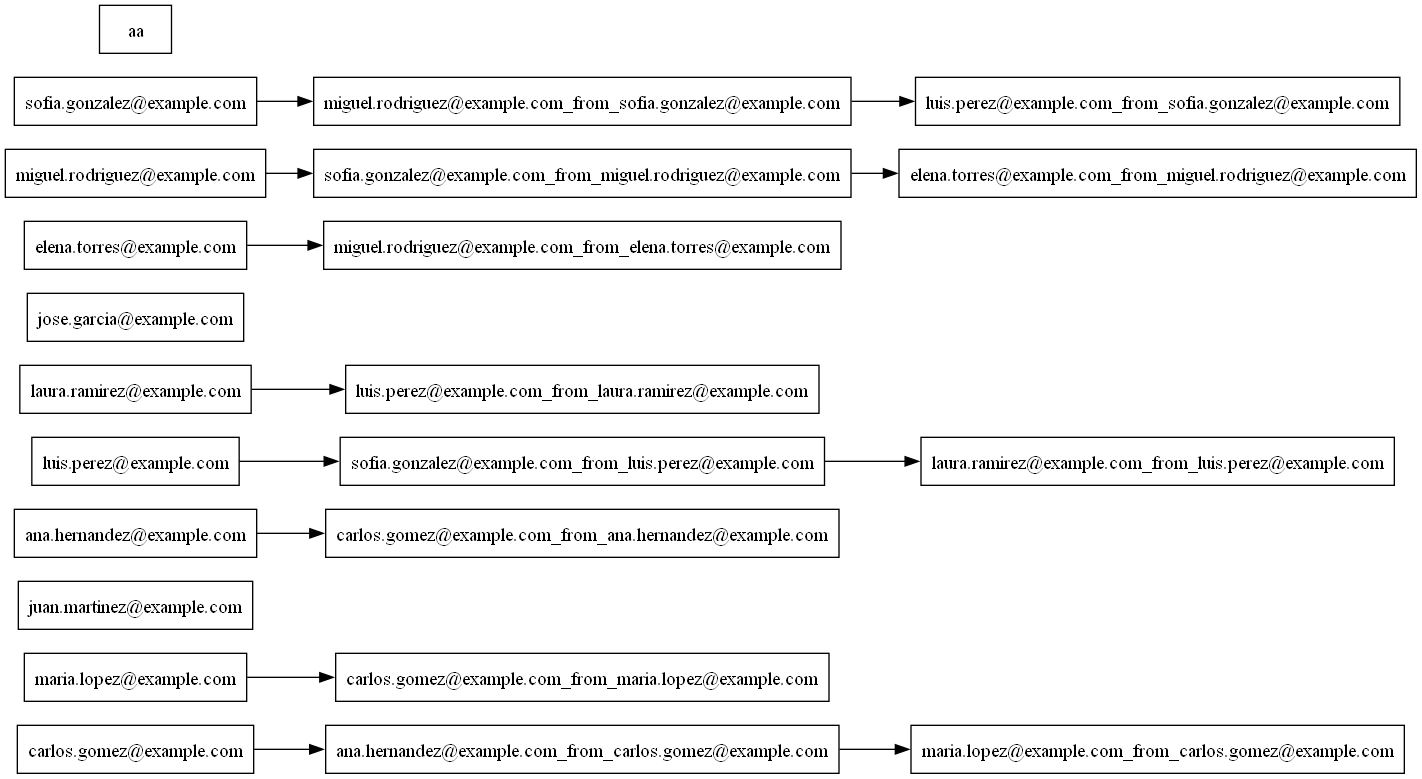
This is pruebas/listaAdyacenteLista.png from matiuuh/-EDD-Proyecto1_202203009, a Graphviz export, as it was before one commit. Its source is kept beside it as pruebas/listaAdyacenteLista.dot.
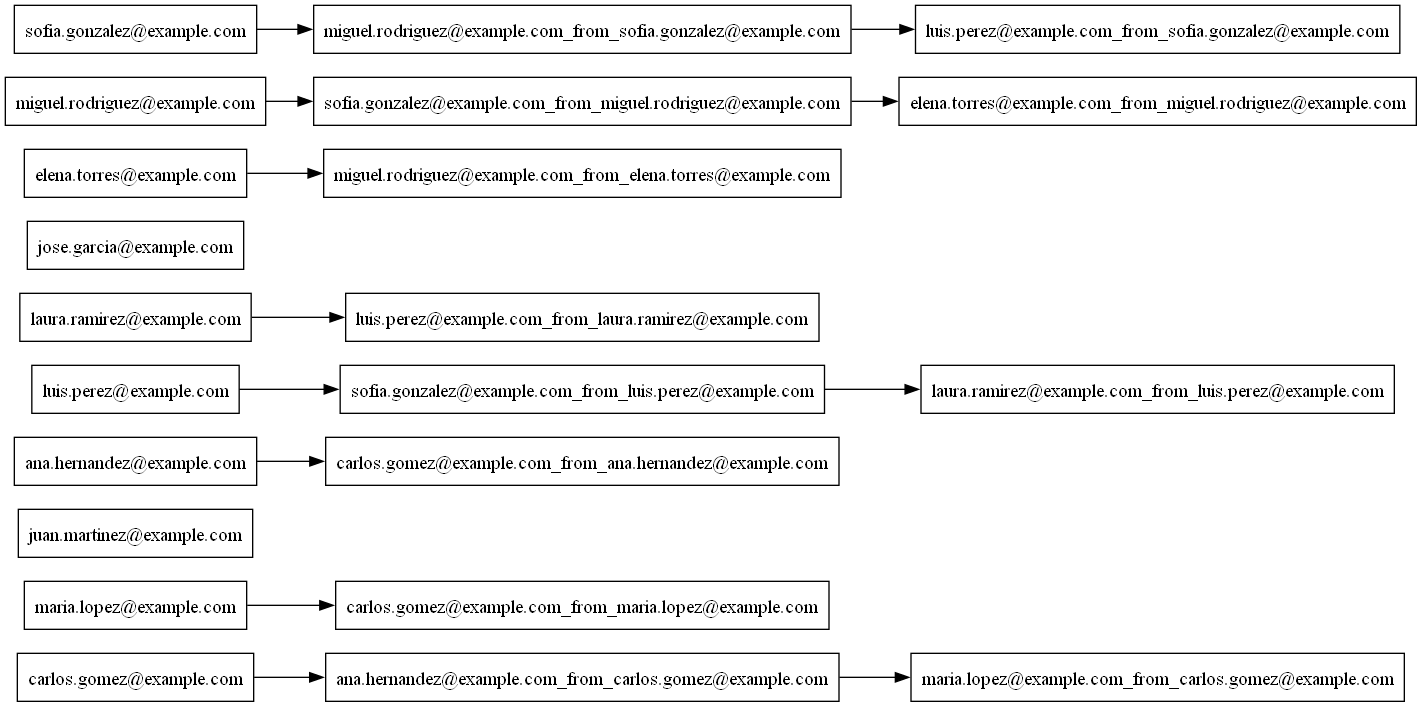
After the change.

Diff of the diagram source:
```diff
@@ -11,5 +11,4 @@
 "elena.torres@example.com" -> "miguel.rodriguez@example.com_from_elena.torres@example.com";
 "miguel.rodriguez@example.com" -> "sofia.gonzalez@example.com_from_miguel.rodriguez@example.com" -> "elena.torres@example.com_from_miguel.rodriguez@example.com";
 "sofia.gonzalez@example.com" -> "miguel.rodriguez@example.com_from_sofia.gonzalez@example.com" -> "luis.perez@example.com_from_sofia.gonzalez@example.com";
-"aa";
 }
```
